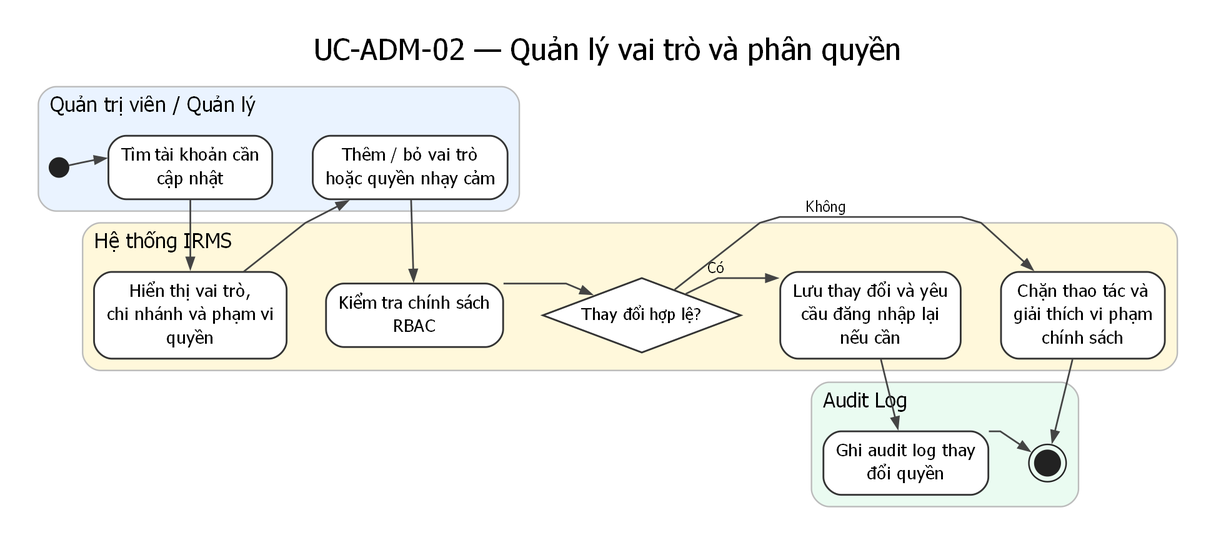
lehoangluan1/SA_IRMS keeps this Graphviz diagram as assets/diagrams/rendered/activity/uc-adm-02-manage-roles-and-permissions.png. Above is the earlier version. Its source is kept beside it as assets/diagrams/source/activity/uc-adm-02-manage-roles-and-permissions.dot.
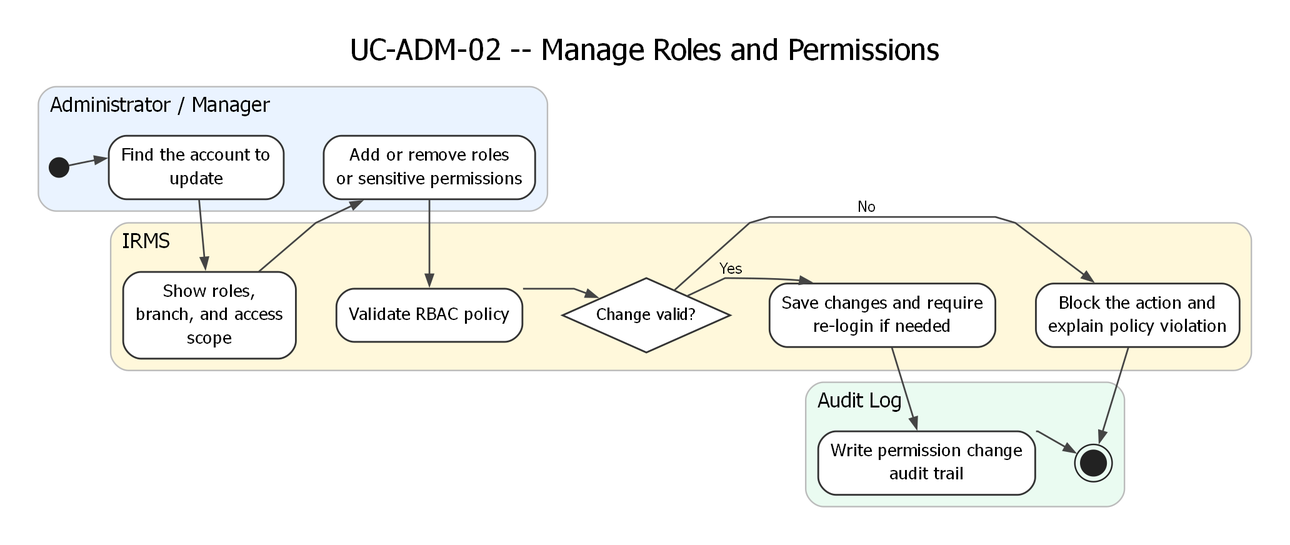
Later version of the same file.

Diff of the diagram source:
```diff
@@ -2,36 +2,27 @@
   graph [rankdir=TB, newrank=true, splines=polyline, nodesep=0.38, ranksep=0.62, pad=0.25, dpi=170, bgcolor="white", fontname="DejaVu Sans"];
   node [fontname="DejaVu Sans"];
   edge [fontname="DejaVu Sans", fontsize=10, color="#444444", penwidth=1.15, arrowsize=0.75];
-  labelloc="t"; labeljust="c"; fontsize=20; fontname="DejaVu Sans"; label="UC-ADM-02 — Quản lý vai trò và phân quyền";
+  labelloc="t"; labeljust="c"; fontsize=20; fontname="DejaVu Sans"; label="UC-ADM-02 -- Manage Roles and Permissions";
   subgraph cluster_l1 {
     style="rounded,filled";
     fillcolor="#EAF3FF"; color="#BBBBBB"; penwidth=1.0;
-    label="Quản trị viên / Quản lý"; fontsize=14; labelloc="t"; labeljust="l";
+    label="Administrator / Manager"; fontsize=14; labelloc="t"; labeljust="l";
     rank=same;
     n0 [shape=circle, label="", width=0.18, height=0.18, fixedsize=true, style=filled, fillcolor="#222222", color="#222222"];
-    n1 [label="Tìm tài khoản cần
-cập nhật", shape=rect, style="rounded,filled", fillcolor="white", color="#333333", penwidth=1.2, fontsize=12, margin="0.12,0.08"];
-    n3 [label="Thêm / bỏ vai trò
-hoặc quyền nhạy cảm", shape=rect, style="rounded,filled", fillcolor="white", color="#333333", penwidth=1.2, fontsize=12, margin="0.12,0.08"];
+    n1 [label="Find the account to\nupdate", shape=rect, style="rounded,filled", fillcolor="white", color="#333333", penwidth=1.2, fontsize=12, margin="0.12,0.08"];
+    n3 [label="Add or remove roles\nor sensitive permissions", shape=rect, style="rounded,filled", fillcolor="white", color="#333333", penwidth=1.2, fontsize=12, margin="0.12,0.08"];
     n0 -> n1 -> n3 [style=invis, weight=20];
   }
   subgraph cluster_l2 {
     style="rounded,filled";
     fillcolor="#FFF8DB"; color="#BBBBBB"; penwidth=1.0;
-    label="Hệ thống IRMS"; fontsize=14; labelloc="t"; labeljust="l";
+    label="IRMS"; fontsize=14; labelloc="t"; labeljust="l";
     rank=same;
-    n2 [label="Hiển thị vai trò,
-chi nhánh và phạm vi
-quyền", shape=rect, style="rounded,filled", fillcolor="white", color="#333333", penwidth=1.2, fontsize=12, margin="0.12,0.08"];
-    n4 [label="Kiểm tra chính sách
-RBAC", shape=rect, style="rounded,filled", fillcolor="white", color="#333333", penwidth=1.2, fontsize=12, margin="0.12,0.08"];
-    n5 [label="Thay đổi hợp lệ?", shape=diamond, style="filled", fillcolor="white", color="#333333", penwidth=1.2, fontsize=11, width=1.2, height=0.7, margin="0.05,0.03"];
-    n6 [label="Lưu thay đổi và yêu
-cầu đăng nhập lại
-nếu cần", shape=rect, style="rounded,filled", fillcolor="white", color="#333333", penwidth=1.2, fontsize=12, margin="0.12,0.08"];
-    n8 [label="Chặn thao tác và
-giải thích vi phạm
-chính sách", shape=rect, style="rounded,filled", fillcolor="white", color="#333333", penwidth=1.2, fontsize=12, margin="0.12,0.08"];
+    n2 [label="Show roles,\nbranch, and access\nscope", shape=rect, style="rounded,filled", fillcolor="white", color="#333333", penwidth=1.2, fontsize=12, margin="0.12,0.08"];
+    n4 [label="Validate RBAC policy", shape=rect, style="rounded,filled", fillcolor="white", color="#333333", penwidth=1.2, fontsize=12, margin="0.12,0.08"];
+    n5 [label="Change valid?", shape=diamond, style="filled", fillcolor="white", color="#333333", penwidth=1.2, fontsize=11, width=1.2, height=0.7, margin="0.05,0.03"];
+    n6 [label="Save changes and require\nre-login if needed", shape=rect, style="rounded,filled", fillcolor="white", color="#333333", penwidth=1.2, fontsize=12, margin="0.12,0.08"];
+    n8 [label="Block the action and\nexplain policy violation", shape=rect, style="rounded,filled", fillcolor="white", color="#333333", penwidth=1.2, fontsize=12, margin="0.12,0.08"];
     n2 -> n4 -> n5 -> n6 -> n8 [style=invis, weight=20];
   }
   subgraph cluster_l3 {
@@ -39,8 +30,7 @@
     fillcolor="#EAFBF1"; color="#BBBBBB"; penwidth=1.0;
     label="Audit Log"; fontsize=14; labelloc="t"; labeljust="l";
     rank=same;
-    n7 [label="Ghi audit log thay
-đổi quyền", shape=rect, style="rounded,filled", fillcolor="white", color="#333333", penwidth=1.2, fontsize=12, margin="0.12,0.08"];
+    n7 [label="Write permission change\naudit trail", shape=rect, style="rounded,filled", fillcolor="white", color="#333333", penwidth=1.2, fontsize=12, margin="0.12,0.08"];
     n9 [shape=doublecircle, label="", width=0.24, height=0.24, fixedsize=true, style=filled, fillcolor="#222222", color="#222222"];
     n7 -> n9 [style=invis, weight=20];
   }
@@ -49,8 +39,8 @@
   n2 -> n3;
   n3 -> n4;
   n4 -> n5;
-  n5 -> n6 [xlabel="Có"];
-  n5 -> n8 [xlabel="Không"];
+  n5 -> n6 [xlabel="Yes"];
+  n5 -> n8 [xlabel="No"];
   n6 -> n7;
   n7 -> n9;
   n8 -> n9;
```
